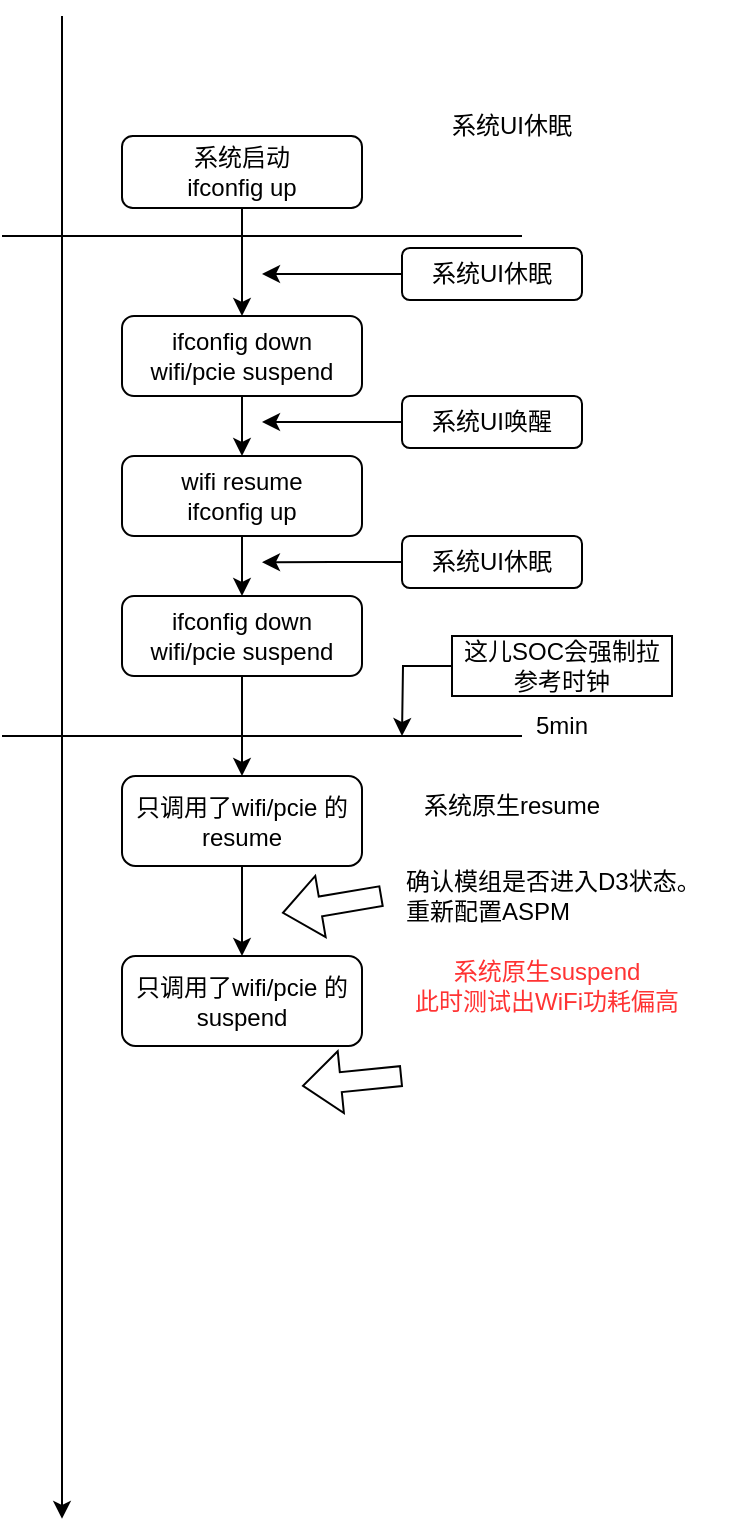
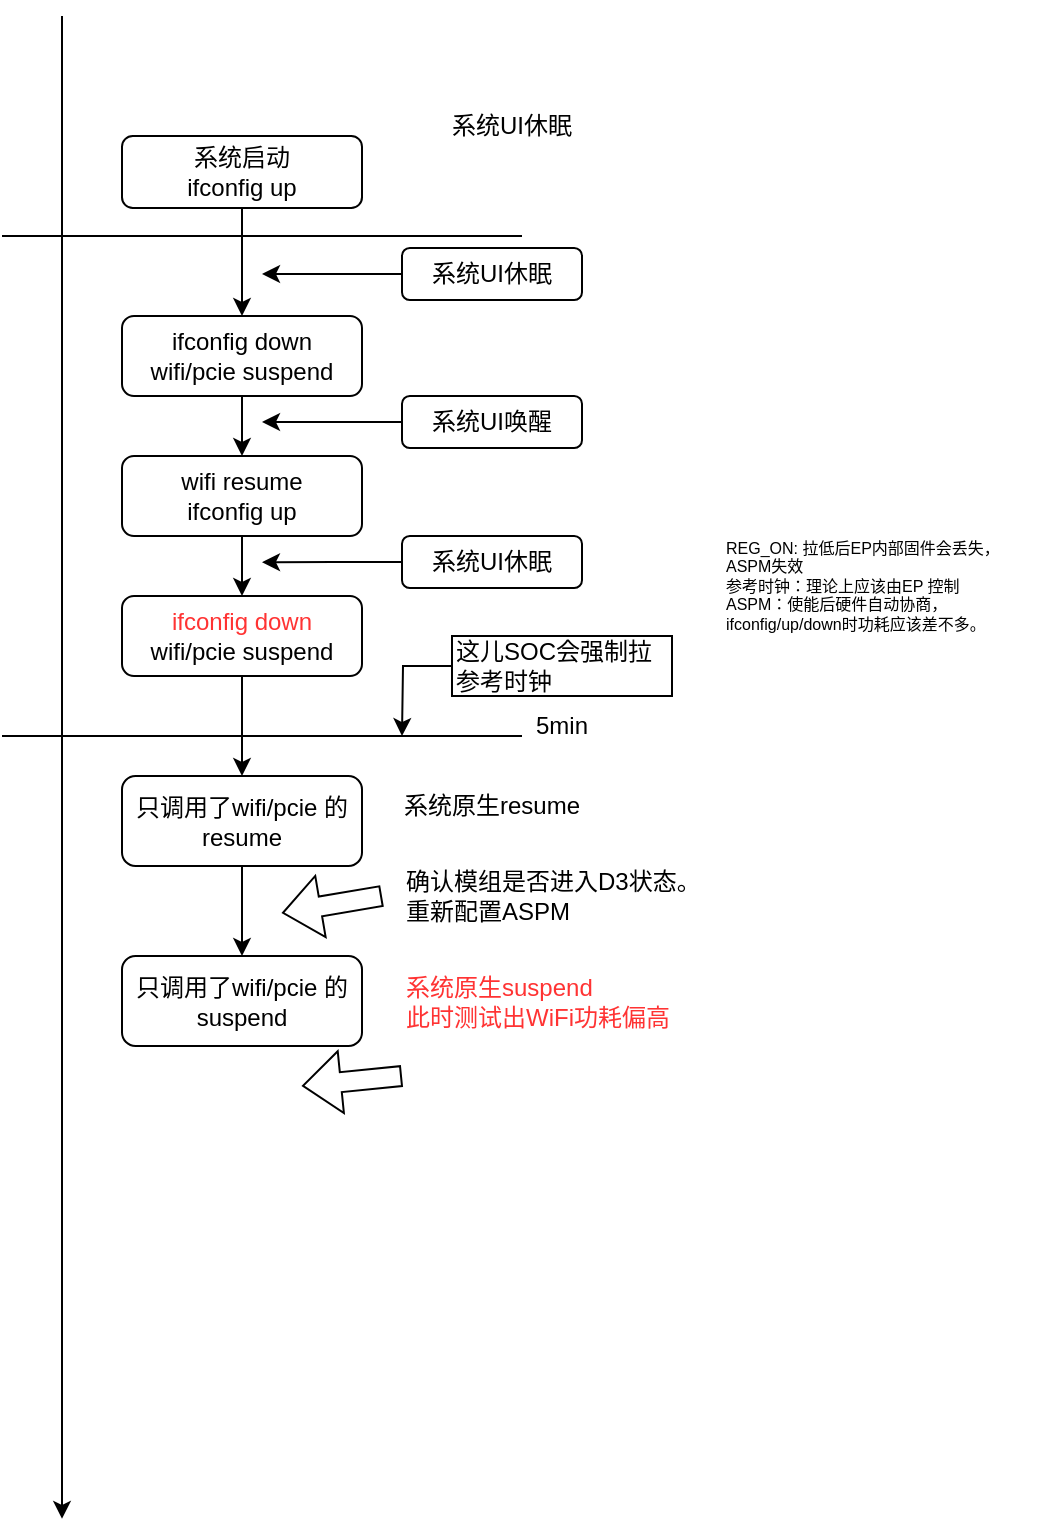
<mxfile host="app.diagrams.net">
  <diagram name="第 1 页" id="ImQaXRlsFguB4ReTO9KS">
-     <mxGraphModel dx="526" dy="273" grid="1" gridSize="10" guides="1" tooltips="1" connect="1" arrows="1" fold="1" page="1" pageScale="1" pageWidth="827" pageHeight="1169" math="0" shadow="0">
+     <mxGraphModel dx="758" dy="392" grid="1" gridSize="10" guides="1" tooltips="1" connect="1" arrows="1" fold="1" page="1" pageScale="1" pageWidth="827" pageHeight="1169" math="0" shadow="0">
      <root>
        <mxCell id="0" />
        <mxCell id="1" parent="0" />
        <mxCell id="C1tFleYjg3W5zCN1BD72-1" edge="1" parent="1" style="endArrow=classic;html=1;rounded=0;" value="">
          <mxGeometry height="50" relative="1" width="50" as="geometry">
            <mxPoint x="270" y="140" as="sourcePoint" />
            <mxPoint x="270" y="891.4285714285713" as="targetPoint" />
          </mxGeometry>
        </mxCell>
        <mxCell id="C1tFleYjg3W5zCN1BD72-20" edge="1" parent="1" source="C1tFleYjg3W5zCN1BD72-3" style="edgeStyle=orthogonalEdgeStyle;rounded=0;orthogonalLoop=1;jettySize=auto;html=1;exitX=0.5;exitY=1;exitDx=0;exitDy=0;entryX=0.5;entryY=0;entryDx=0;entryDy=0;" target="C1tFleYjg3W5zCN1BD72-4">
          <mxGeometry relative="1" as="geometry" />
        </mxCell>
        <mxCell id="C1tFleYjg3W5zCN1BD72-3" parent="1" style="rounded=1;whiteSpace=wrap;html=1;" value="系统启动&lt;br&gt;ifconfig up" vertex="1">
          <mxGeometry height="36" width="120" x="300" y="200" as="geometry" />
        </mxCell>
        <mxCell id="C1tFleYjg3W5zCN1BD72-23" edge="1" parent="1" source="C1tFleYjg3W5zCN1BD72-4" style="edgeStyle=orthogonalEdgeStyle;rounded=0;orthogonalLoop=1;jettySize=auto;html=1;exitX=0.5;exitY=1;exitDx=0;exitDy=0;entryX=0.5;entryY=0;entryDx=0;entryDy=0;" target="C1tFleYjg3W5zCN1BD72-6">
          <mxGeometry relative="1" as="geometry" />
        </mxCell>
        <mxCell id="C1tFleYjg3W5zCN1BD72-4" parent="1" style="rounded=1;whiteSpace=wrap;html=1;" value="ifconfig down&lt;div&gt;wifi/pcie suspend&lt;/div&gt;" vertex="1">
          <mxGeometry height="40" width="120" x="300" y="290" as="geometry" />
        </mxCell>
        <mxCell id="C1tFleYjg3W5zCN1BD72-33" edge="1" parent="1" source="C1tFleYjg3W5zCN1BD72-6" style="edgeStyle=orthogonalEdgeStyle;rounded=0;orthogonalLoop=1;jettySize=auto;html=1;exitX=0.5;exitY=1;exitDx=0;exitDy=0;entryX=0.5;entryY=0;entryDx=0;entryDy=0;" target="C1tFleYjg3W5zCN1BD72-9">
          <mxGeometry relative="1" as="geometry" />
        </mxCell>
        <mxCell id="C1tFleYjg3W5zCN1BD72-6" parent="1" style="rounded=1;whiteSpace=wrap;html=1;" value="wifi resume&lt;br&gt;ifconfig up" vertex="1">
          <mxGeometry height="40" width="120" x="300" y="360" as="geometry" />
        </mxCell>
        <mxCell id="C1tFleYjg3W5zCN1BD72-7" edge="1" parent="1" style="endArrow=none;html=1;rounded=0;" value="">
          <mxGeometry height="50" relative="1" width="50" as="geometry">
            <mxPoint x="240" y="250" as="sourcePoint" />
            <mxPoint x="500" y="250" as="targetPoint" />
          </mxGeometry>
        </mxCell>
        <mxCell id="C1tFleYjg3W5zCN1BD72-36" edge="1" parent="1" source="C1tFleYjg3W5zCN1BD72-9" style="edgeStyle=orthogonalEdgeStyle;rounded=0;orthogonalLoop=1;jettySize=auto;html=1;exitX=0.5;exitY=1;exitDx=0;exitDy=0;entryX=0.5;entryY=0;entryDx=0;entryDy=0;" target="C1tFleYjg3W5zCN1BD72-12">
          <mxGeometry relative="1" as="geometry" />
        </mxCell>
-         <mxCell id="C1tFleYjg3W5zCN1BD72-9" parent="1" style="rounded=1;whiteSpace=wrap;html=1;" value="ifconfig down&lt;br&gt;wifi/pcie suspend" vertex="1">
+         <mxCell id="C1tFleYjg3W5zCN1BD72-9" parent="1" style="rounded=1;whiteSpace=wrap;html=1;" value="&lt;font style=&quot;color: rgb(255, 51, 51);&quot;&gt;ifconfig down&lt;/font&gt;&lt;br&gt;wifi/pcie suspend" vertex="1">
          <mxGeometry height="40" width="120" x="300" y="430" as="geometry" />
        </mxCell>
        <mxCell id="C1tFleYjg3W5zCN1BD72-10" edge="1" parent="1" source="C1tFleYjg3W5zCN1BD72-9" style="edgeStyle=orthogonalEdgeStyle;rounded=0;orthogonalLoop=1;jettySize=auto;html=1;exitX=0.5;exitY=1;exitDx=0;exitDy=0;" target="C1tFleYjg3W5zCN1BD72-9">
          <mxGeometry relative="1" as="geometry" />
        </mxCell>
        <mxCell id="C1tFleYjg3W5zCN1BD72-11" edge="1" parent="1" style="endArrow=none;html=1;rounded=0;" value="">
          <mxGeometry height="50" relative="1" width="50" as="geometry">
            <mxPoint x="240" y="500" as="sourcePoint" />
            <mxPoint x="500" y="500" as="targetPoint" />
          </mxGeometry>
        </mxCell>
        <mxCell id="C1tFleYjg3W5zCN1BD72-37" edge="1" parent="1" source="C1tFleYjg3W5zCN1BD72-12" style="edgeStyle=orthogonalEdgeStyle;rounded=0;orthogonalLoop=1;jettySize=auto;html=1;exitX=0.5;exitY=1;exitDx=0;exitDy=0;entryX=0.5;entryY=0;entryDx=0;entryDy=0;" target="C1tFleYjg3W5zCN1BD72-17">
          <mxGeometry relative="1" as="geometry" />
        </mxCell>
        <mxCell id="C1tFleYjg3W5zCN1BD72-12" parent="1" style="rounded=1;whiteSpace=wrap;html=1;" value="只调用了wifi/pcie 的resume" vertex="1">
          <mxGeometry height="45" width="120" x="300" y="520" as="geometry" />
        </mxCell>
        <mxCell id="C1tFleYjg3W5zCN1BD72-13" parent="1" style="text;html=1;whiteSpace=wrap;strokeColor=none;fillColor=none;align=center;verticalAlign=middle;rounded=0;" value="系统UI休眠" vertex="1">
          <mxGeometry height="30" width="70" x="460" y="180" as="geometry" />
        </mxCell>
        <mxCell id="C1tFleYjg3W5zCN1BD72-16" parent="1" style="text;html=1;whiteSpace=wrap;strokeColor=none;fillColor=none;align=center;verticalAlign=middle;rounded=0;" value="系统原生resume" vertex="1">
-           <mxGeometry height="30" width="110" x="440" y="520" as="geometry" />
+           <mxGeometry height="30" width="110" x="430" y="520" as="geometry" />
        </mxCell>
        <mxCell id="C1tFleYjg3W5zCN1BD72-17" parent="1" style="rounded=1;whiteSpace=wrap;html=1;" value="只调用了wifi/pcie 的suspend" vertex="1">
          <mxGeometry height="45" width="120" x="300" y="610" as="geometry" />
        </mxCell>
-         <mxCell id="C1tFleYjg3W5zCN1BD72-18" parent="1" style="text;html=1;whiteSpace=wrap;strokeColor=none;fillColor=none;align=center;verticalAlign=middle;rounded=0;" value="&lt;font style=&quot;color: rgb(255, 51, 51);&quot;&gt;系统原生suspend&lt;/font&gt;&lt;div&gt;&lt;span style=&quot;background-color: transparent;&quot;&gt;&lt;font style=&quot;color: rgb(255, 51, 51);&quot;&gt;此时测试出WiFi功耗偏高&lt;/font&gt;&lt;/span&gt;&lt;/div&gt;" vertex="1">
-           <mxGeometry height="60" width="145" x="440" y="595" as="geometry" />
+         <mxCell id="C1tFleYjg3W5zCN1BD72-18" parent="1" style="text;html=1;whiteSpace=wrap;strokeColor=none;fillColor=none;align=left;verticalAlign=middle;rounded=0;" value="&lt;font style=&quot;color: rgb(255, 51, 51);&quot;&gt;系统原生suspend&lt;/font&gt;&lt;div&gt;&lt;span style=&quot;background-color: transparent;&quot;&gt;&lt;font style=&quot;color: rgb(255, 51, 51);&quot;&gt;此时测试出WiFi功耗偏高&lt;/font&gt;&lt;/span&gt;&lt;/div&gt;" vertex="1">
+           <mxGeometry height="60" width="145" x="440" y="602.5" as="geometry" />
        </mxCell>
        <mxCell id="C1tFleYjg3W5zCN1BD72-19" parent="1" style="text;html=1;whiteSpace=wrap;strokeColor=none;fillColor=none;align=center;verticalAlign=middle;rounded=0;" value="5min" vertex="1">
          <mxGeometry height="30" width="60" x="490" y="480" as="geometry" />
        </mxCell>
        <mxCell id="C1tFleYjg3W5zCN1BD72-39" edge="1" parent="1" source="C1tFleYjg3W5zCN1BD72-21" style="edgeStyle=orthogonalEdgeStyle;rounded=0;orthogonalLoop=1;jettySize=auto;html=1;">
          <mxGeometry relative="1" as="geometry">
            <mxPoint x="370" y="269" as="targetPoint" />
          </mxGeometry>
        </mxCell>
        <mxCell id="C1tFleYjg3W5zCN1BD72-21" parent="1" style="rounded=1;whiteSpace=wrap;html=1;" value="系统UI休眠" vertex="1">
          <mxGeometry height="26" width="90" x="440" y="256" as="geometry" />
        </mxCell>
        <mxCell id="C1tFleYjg3W5zCN1BD72-26" edge="1" parent="1" source="C1tFleYjg3W5zCN1BD72-27" style="edgeStyle=orthogonalEdgeStyle;rounded=0;orthogonalLoop=1;jettySize=auto;html=1;">
          <mxGeometry relative="1" as="geometry">
            <mxPoint x="370" y="343" as="targetPoint" />
          </mxGeometry>
        </mxCell>
        <mxCell id="C1tFleYjg3W5zCN1BD72-27" parent="1" style="rounded=1;whiteSpace=wrap;html=1;" value="系统UI唤醒" vertex="1">
          <mxGeometry height="26" width="90" x="440" y="330" as="geometry" />
        </mxCell>
        <mxCell id="C1tFleYjg3W5zCN1BD72-40" edge="1" parent="1" source="C1tFleYjg3W5zCN1BD72-32" style="edgeStyle=orthogonalEdgeStyle;rounded=0;orthogonalLoop=1;jettySize=auto;html=1;exitX=0;exitY=0.5;exitDx=0;exitDy=0;">
          <mxGeometry relative="1" as="geometry">
            <mxPoint x="370" y="413.1111111111111" as="targetPoint" />
          </mxGeometry>
        </mxCell>
        <mxCell id="C1tFleYjg3W5zCN1BD72-32" parent="1" style="rounded=1;whiteSpace=wrap;html=1;" value="系统UI休眠" vertex="1">
          <mxGeometry height="26" width="90" x="440" y="400" as="geometry" />
        </mxCell>
        <mxCell id="N1FkIVkvK4R3nEjsa3D1-1" edge="1" parent="1" style="shape=flexArrow;endArrow=classic;html=1;rounded=0;" value="">
          <mxGeometry height="50" relative="1" width="50" as="geometry">
            <mxPoint x="430" y="580" as="sourcePoint" />
            <mxPoint x="380" y="588.5" as="targetPoint" />
          </mxGeometry>
        </mxCell>
        <mxCell id="N1FkIVkvK4R3nEjsa3D1-2" edge="1" parent="1" style="shape=flexArrow;endArrow=classic;html=1;rounded=0;" value="">
          <mxGeometry height="50" relative="1" width="50" as="geometry">
            <mxPoint x="440" y="670" as="sourcePoint" />
            <mxPoint x="390" y="675" as="targetPoint" />
          </mxGeometry>
        </mxCell>
        <mxCell id="N1FkIVkvK4R3nEjsa3D1-3" parent="1" style="text;html=1;whiteSpace=wrap;strokeColor=none;fillColor=none;align=left;verticalAlign=middle;rounded=0;" value="确认模组是否进入D3状态。&lt;br&gt;重新配置ASPM" vertex="1">
          <mxGeometry height="30" width="165" x="440" y="565" as="geometry" />
        </mxCell>
        <mxCell id="N1FkIVkvK4R3nEjsa3D1-5" edge="1" parent="1" source="N1FkIVkvK4R3nEjsa3D1-4" style="edgeStyle=orthogonalEdgeStyle;rounded=0;orthogonalLoop=1;jettySize=auto;html=1;">
          <mxGeometry relative="1" as="geometry">
            <mxPoint x="440" y="500" as="targetPoint" />
          </mxGeometry>
        </mxCell>
-         <mxCell id="N1FkIVkvK4R3nEjsa3D1-4" parent="1" style="text;html=1;whiteSpace=wrap;align=center;verticalAlign=middle;rounded=0;strokeColor=default;" value="这儿SOC会强制拉参考时钟" vertex="1">
+         <mxCell id="N1FkIVkvK4R3nEjsa3D1-4" parent="1" style="text;html=1;whiteSpace=wrap;align=left;verticalAlign=middle;rounded=0;strokeColor=default;" value="这儿SOC会强制拉参考时钟" vertex="1">
          <mxGeometry height="30" width="110" x="465" y="450" as="geometry" />
+         </mxCell>
+         <mxCell id="N1FkIVkvK4R3nEjsa3D1-6" parent="1" style="text;html=1;whiteSpace=wrap;strokeColor=none;fillColor=none;align=left;verticalAlign=middle;rounded=0;fontSize=8;" value="REG_ON: 拉低后EP内部固件会丢失，ASPM失效&lt;div&gt;参考时钟：理论上应该由EP 控制&lt;/div&gt;&lt;div&gt;ASPM：使能后硬件自动协商，ifconfig/up/down时功耗应该差不多。&lt;/div&gt;" vertex="1">
+           <mxGeometry height="50" width="160" x="600" y="400" as="geometry" />
        </mxCell>
      </root>
    </mxGraphModel>
  </diagram>
</mxfile>
